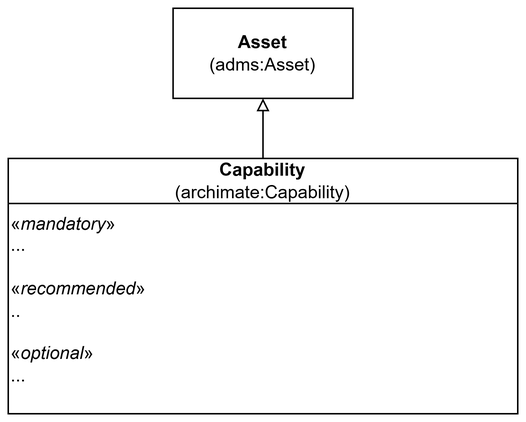
Earlier version of the draw.io export archadms-ap-no/docs/images/KlassenCapability.png (jimjyang/playground). Source tidied: cells renumbered, new cells last; positions are measured from the earlier drawing's top-left corner, leaving out a move shared by most shapes. Source of this version:
```xml
<mxGraphModel>
  <root>
    <mxCell id="0" />
    <mxCell id="1" parent="0" />
    <mxCell id="2" value="Capability&lt;br&gt;&lt;div&gt;&lt;span style=&quot;font-weight: normal;&quot;&gt;(archimate:Capability)&lt;/span&gt;&lt;/div&gt;" style="swimlane;whiteSpace=wrap;html=1;startSize=30;" parent="1" vertex="1">
      <mxGeometry y="100" width="340" height="170" as="geometry" />
    </mxCell>
    <mxCell id="3" value="&lt;div&gt;«&lt;i&gt;mandatory&lt;/i&gt;»&lt;/div&gt;&lt;div&gt;...&lt;/div&gt;&lt;div&gt;&lt;br&gt;&lt;/div&gt;&lt;div&gt;«&lt;i&gt;recommended&lt;/i&gt;»&lt;/div&gt;&lt;div&gt;&lt;span style=&quot;background-color: transparent; color: light-dark(rgb(0, 0, 0), rgb(255, 255, 255));&quot;&gt;..&lt;/span&gt;&lt;/div&gt;&lt;div&gt;&lt;br&gt;&lt;/div&gt;&lt;div&gt;«&lt;i&gt;optional&lt;/i&gt;»&lt;/div&gt;&lt;div&gt;&lt;span style=&quot;background-color: transparent; color: light-dark(rgb(0, 0, 0), rgb(255, 255, 255));&quot;&gt;...&lt;/span&gt;&lt;/div&gt;" style="text;html=1;whiteSpace=wrap;strokeColor=none;fillColor=none;align=left;verticalAlign=top;rounded=0;" parent="2" vertex="1">
      <mxGeometry y="30" width="320" height="140" as="geometry" />
    </mxCell>
    <mxCell id="4" value="&lt;b&gt;Asset&lt;/b&gt;&lt;div&gt;(adms:Asset)&lt;/div&gt;" style="rounded=0;whiteSpace=wrap;html=1;" parent="1" vertex="1">
      <mxGeometry x="110" width="120" height="60" as="geometry" />
    </mxCell>
    <mxCell id="5" style="endArrow=block;html=1;rounded=0;entryX=0.5;entryY=1;entryDx=0;entryDy=0;exitX=0.5;exitY=0;exitDx=0;exitDy=0;endFill=0;" parent="1" edge="1" source="2" target="4">
      <mxGeometry relative="1" as="geometry" />
    </mxCell>
  </root>
</mxGraphModel>
```
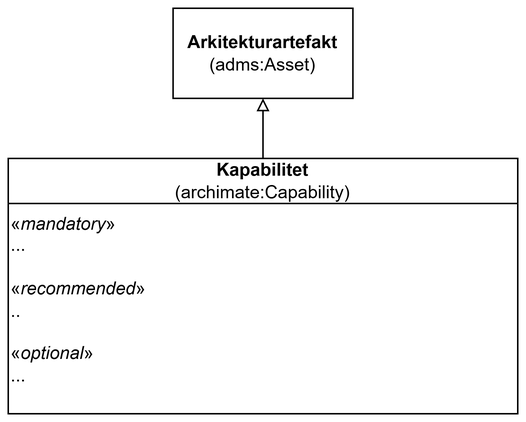
Later version of the same file.

Change to the diagram source:
```diff
@@ -2,13 +2,13 @@
   <root>
     <mxCell id="0" />
     <mxCell id="1" parent="0" />
-    <mxCell id="2" value="Capability&lt;br&gt;&lt;div&gt;&lt;span style=&quot;font-weight: normal;&quot;&gt;(archimate:Capability)&lt;/span&gt;&lt;/div&gt;" style="swimlane;whiteSpace=wrap;html=1;startSize=30;" parent="1" vertex="1">
+    <mxCell id="2" value="Kapabilitet&lt;br&gt;&lt;div&gt;&lt;span style=&quot;font-weight: normal;&quot;&gt;(archimate:Capability)&lt;/span&gt;&lt;/div&gt;" style="swimlane;whiteSpace=wrap;html=1;startSize=30;" parent="1" vertex="1">
       <mxGeometry y="100" width="340" height="170" as="geometry" />
     </mxCell>
     <mxCell id="3" value="&lt;div&gt;«&lt;i&gt;mandatory&lt;/i&gt;»&lt;/div&gt;&lt;div&gt;...&lt;/div&gt;&lt;div&gt;&lt;br&gt;&lt;/div&gt;&lt;div&gt;«&lt;i&gt;recommended&lt;/i&gt;»&lt;/div&gt;&lt;div&gt;&lt;span style=&quot;background-color: transparent; color: light-dark(rgb(0, 0, 0), rgb(255, 255, 255));&quot;&gt;..&lt;/span&gt;&lt;/div&gt;&lt;div&gt;&lt;br&gt;&lt;/div&gt;&lt;div&gt;«&lt;i&gt;optional&lt;/i&gt;»&lt;/div&gt;&lt;div&gt;&lt;span style=&quot;background-color: transparent; color: light-dark(rgb(0, 0, 0), rgb(255, 255, 255));&quot;&gt;...&lt;/span&gt;&lt;/div&gt;" style="text;html=1;whiteSpace=wrap;strokeColor=none;fillColor=none;align=left;verticalAlign=top;rounded=0;" parent="2" vertex="1">
       <mxGeometry y="30" width="320" height="140" as="geometry" />
     </mxCell>
-    <mxCell id="4" value="&lt;b&gt;Asset&lt;/b&gt;&lt;div&gt;(adms:Asset)&lt;/div&gt;" style="rounded=0;whiteSpace=wrap;html=1;" parent="1" vertex="1">
+    <mxCell id="4" value="&lt;b&gt;Arkitekturartefakt&lt;/b&gt;&lt;div&gt;(adms:Asset)&lt;/div&gt;" style="rounded=0;whiteSpace=wrap;html=1;" parent="1" vertex="1">
       <mxGeometry x="110" width="120" height="60" as="geometry" />
     </mxCell>
     <mxCell id="5" style="endArrow=block;html=1;rounded=0;entryX=0.5;entryY=1;entryDx=0;entryDy=0;exitX=0.5;exitY=0;exitDx=0;exitDy=0;endFill=0;" parent="1" edge="1" source="2" target="4">
```
